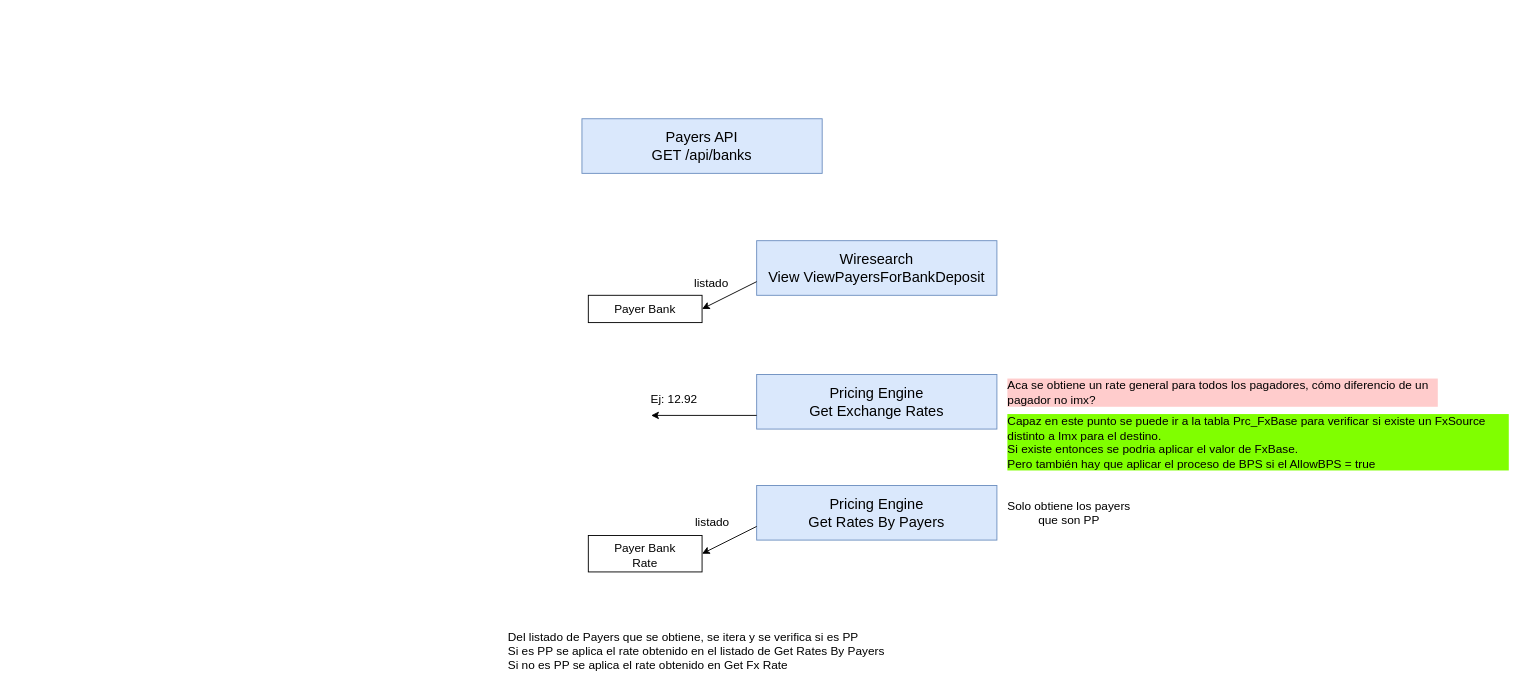
Before: page "Página-2" (2 of 2) of Pricing Engine.drawio in notariopablomarcelo/intermex, a draw.io diagram. Source tidied: cells renumbered, new cells numbered last; positions are measured from the earlier drawing's top-left corner, leaving out a move shared by most shapes. Both pictures are drawn from the tidied source at 91%, with x=0, y=0 at pixel (506, 118).
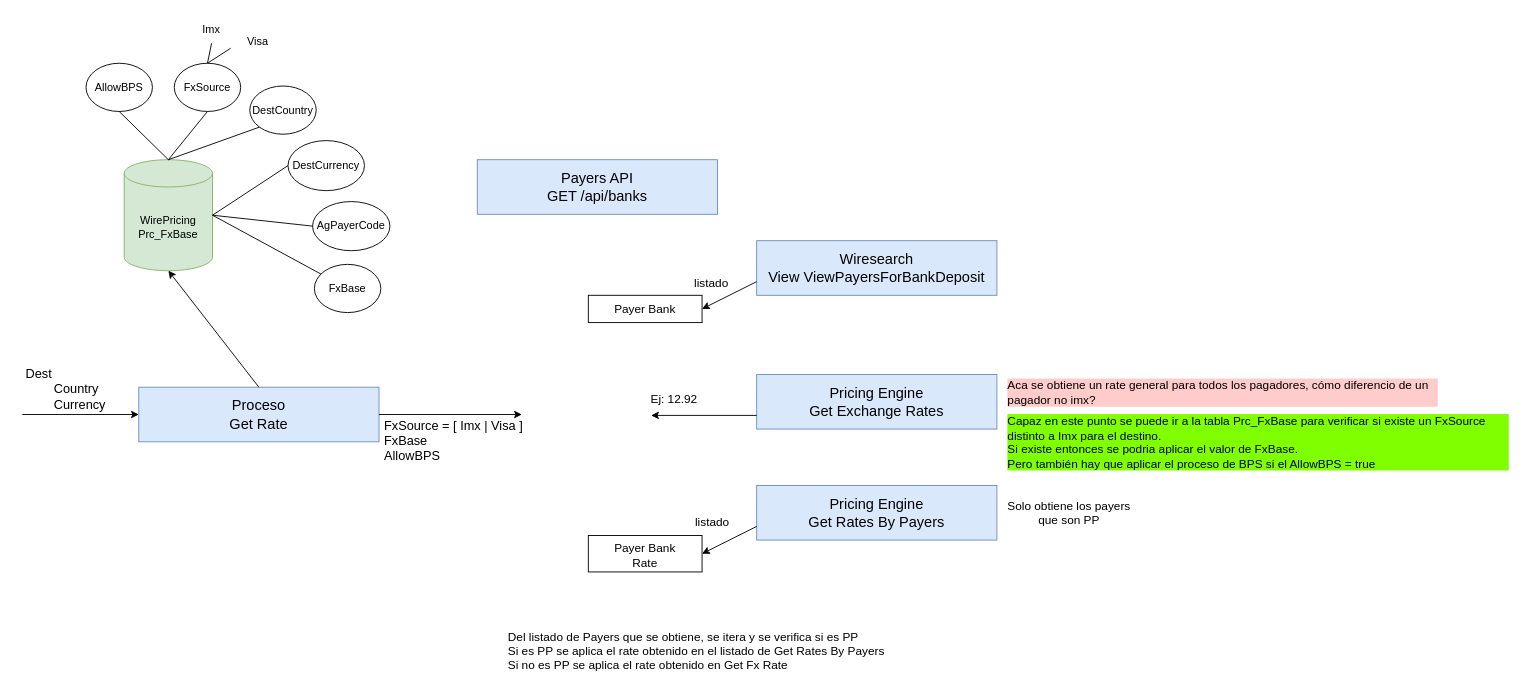
After the change.

The edit, as a diff of the source:
```diff
@@
     <mxCell id="2" value="Payers API&lt;br&gt;GET /api/banks" style="rounded=0;whiteSpace=wrap;html=1;fontSize=16;fillColor=#dae8fc;strokeColor=#6c8ebf;" parent="1" vertex="1">
-      <mxGeometry x="83" width="264" height="60" as="geometry" />
+      <mxGeometry x="-32" y="45" width="264" height="60" as="geometry" />
     </mxCell>
@@
+    <mxCell id="18" style="group;" parent="1" vertex="1">
+      <mxGeometry x="-462" y="-113" width="334" height="326" as="geometry" />
+    </mxCell>
+    <mxCell id="19" value="WirePricing&lt;br&gt;Prc_FxBase" style="shape=cylinder3;whiteSpace=wrap;html=1;boundedLbl=1;backgroundOutline=1;size=15;fillColor=#d5e8d4;strokeColor=#82b366;" parent="18" vertex="1">
+      <mxGeometry x="42" y="158" width="97" height="122" as="geometry" />
+    </mxCell>
+    <mxCell id="20" value="AllowBPS" style="ellipse;whiteSpace=wrap;html=1;" parent="18" vertex="1">
+      <mxGeometry y="52" width="73" height="53" as="geometry" />
+    </mxCell>
+    <mxCell id="21" value="FxSource" style="ellipse;whiteSpace=wrap;html=1;" parent="18" vertex="1">
+      <mxGeometry x="97" y="52" width="73" height="53" as="geometry" />
+    </mxCell>
+    <mxCell id="22" value="DestCountry" style="ellipse;whiteSpace=wrap;html=1;" parent="18" vertex="1">
+      <mxGeometry x="180" y="77" width="73" height="53" as="geometry" />
+    </mxCell>
+    <mxCell id="23" value="AgPayerCode" style="ellipse;whiteSpace=wrap;html=1;" parent="18" vertex="1">
+      <mxGeometry x="249" y="204" width="85" height="54" as="geometry" />
+    </mxCell>
+    <mxCell id="24" value="DestCurrency" style="ellipse;whiteSpace=wrap;html=1;" parent="18" vertex="1">
+      <mxGeometry x="222" y="137" width="84" height="55" as="geometry" />
+    </mxCell>
+    <mxCell id="25" value="FxBase" style="ellipse;whiteSpace=wrap;html=1;" parent="18" vertex="1">
+      <mxGeometry x="251" y="273" width="73" height="53" as="geometry" />
+    </mxCell>
+    <mxCell id="26" value="Imx" style="text;html=1;strokeColor=none;fillColor=none;align=center;verticalAlign=middle;whiteSpace=wrap;rounded=0;" parent="18" vertex="1">
+      <mxGeometry x="108" width="60" height="30" as="geometry" />
+    </mxCell>
+    <mxCell id="27" value="Visa" style="text;html=1;strokeColor=none;fillColor=none;align=center;verticalAlign=middle;whiteSpace=wrap;rounded=0;" parent="18" vertex="1">
+      <mxGeometry x="159" y="13" width="60" height="30" as="geometry" />
+    </mxCell>
+    <mxCell id="28" style="endArrow=none;html=1;rounded=0;entryX=0.5;entryY=0;entryDx=0;entryDy=0;exitX=0.5;exitY=1;exitDx=0;exitDy=0;" parent="18" edge="1" source="26" target="21">
+      <mxGeometry relative="1" as="geometry" />
+    </mxCell>
+    <mxCell id="29" style="endArrow=none;html=1;rounded=0;exitX=0.5;exitY=0;exitDx=0;exitDy=0;entryX=0;entryY=0.75;entryDx=0;entryDy=0;" parent="18" edge="1" source="21" target="27">
+      <mxGeometry relative="1" as="geometry" />
+    </mxCell>
+    <mxCell id="30" style="endArrow=none;html=1;rounded=0;entryX=0.5;entryY=1;entryDx=0;entryDy=0;exitX=0.5;exitY=0;exitDx=0;exitDy=0;exitPerimeter=0;" parent="18" edge="1" source="19" target="20">
+      <mxGeometry relative="1" as="geometry" />
+    </mxCell>
+    <mxCell id="31" style="endArrow=none;html=1;rounded=0;exitX=0.5;exitY=0;exitDx=0;exitDy=0;exitPerimeter=0;entryX=0.5;entryY=1;entryDx=0;entryDy=0;" parent="18" edge="1" source="19" target="21">
+      <mxGeometry relative="1" as="geometry" />
+    </mxCell>
+    <mxCell id="32" style="endArrow=none;html=1;rounded=0;exitX=0.5;exitY=0;exitDx=0;exitDy=0;exitPerimeter=0;entryX=0;entryY=1;entryDx=0;entryDy=0;" parent="18" edge="1" source="19" target="22">
+      <mxGeometry relative="1" as="geometry" />
+    </mxCell>
+    <mxCell id="33" style="endArrow=none;html=1;rounded=0;exitX=1;exitY=0.5;exitDx=0;exitDy=0;exitPerimeter=0;entryX=0;entryY=0.5;entryDx=0;entryDy=0;" parent="18" edge="1" source="19" target="24">
+      <mxGeometry relative="1" as="geometry" />
+    </mxCell>
+    <mxCell id="34" style="endArrow=none;html=1;rounded=0;exitX=1;exitY=0.5;exitDx=0;exitDy=0;exitPerimeter=0;entryX=0;entryY=0.5;entryDx=0;entryDy=0;" parent="18" edge="1" source="19" target="23">
+      <mxGeometry relative="1" as="geometry" />
+    </mxCell>
+    <mxCell id="35" style="endArrow=none;html=1;rounded=0;exitX=1;exitY=0.5;exitDx=0;exitDy=0;exitPerimeter=0;" parent="18" edge="1" source="19" target="25">
+      <mxGeometry relative="1" as="geometry" />
+    </mxCell>
+    <mxCell id="36" value="Proceso&lt;br&gt;Get Rate" style="rounded=0;whiteSpace=wrap;html=1;fontSize=16;fillColor=#dae8fc;strokeColor=#6c8ebf;" parent="1" vertex="1">
+      <mxGeometry x="-404" y="295" width="264" height="60" as="geometry" />
+    </mxCell>
+    <mxCell id="37" style="endArrow=classic;html=1;rounded=0;exitX=0.5;exitY=0;exitDx=0;exitDy=0;entryX=0.5;entryY=1;entryDx=0;entryDy=0;entryPerimeter=0;" parent="1" edge="1" source="36" target="19">
+      <mxGeometry relative="1" as="geometry" />
+    </mxCell>
+    <mxCell id="38" value="Dest&lt;br&gt;&lt;span style=&quot;white-space: pre;&quot;&gt;&#9;&lt;/span&gt;Country&lt;br&gt;&lt;span style=&quot;white-space: pre;&quot;&gt;&#9;&lt;/span&gt;Currency" style="text;html=1;strokeColor=none;fillColor=none;align=left;verticalAlign=middle;whiteSpace=wrap;rounded=0;fontSize=14;" parent="1" vertex="1">
+      <mxGeometry x="-530" y="268" width="110" height="58.5" as="geometry" />
+    </mxCell>
+    <mxCell id="39" style="endArrow=classic;html=1;rounded=0;exitX=1;exitY=0.5;exitDx=0;exitDy=0;" parent="1" edge="1" source="36">
+      <mxGeometry relative="1" as="geometry">
+        <mxPoint x="17" y="325" as="targetPoint" />
+      </mxGeometry>
+    </mxCell>
+    <mxCell id="40" value="FxSource = [ Imx | Visa ]&lt;br&gt;FxBase&lt;br&gt;AllowBPS" style="text;html=1;strokeColor=none;fillColor=none;align=left;verticalAlign=middle;whiteSpace=wrap;rounded=0;fontSize=14;" parent="1" vertex="1">
+      <mxGeometry x="-136" y="307" width="155" height="93" as="geometry" />
+    </mxCell>
+    <mxCell id="41" style="endArrow=classic;html=1;rounded=0;entryX=0;entryY=0.5;entryDx=0;entryDy=0;" parent="1" edge="1" target="36">
+      <mxGeometry relative="1" as="geometry">
+        <mxPoint x="-532" y="325" as="sourcePoint" />
+      </mxGeometry>
+    </mxCell>
```
